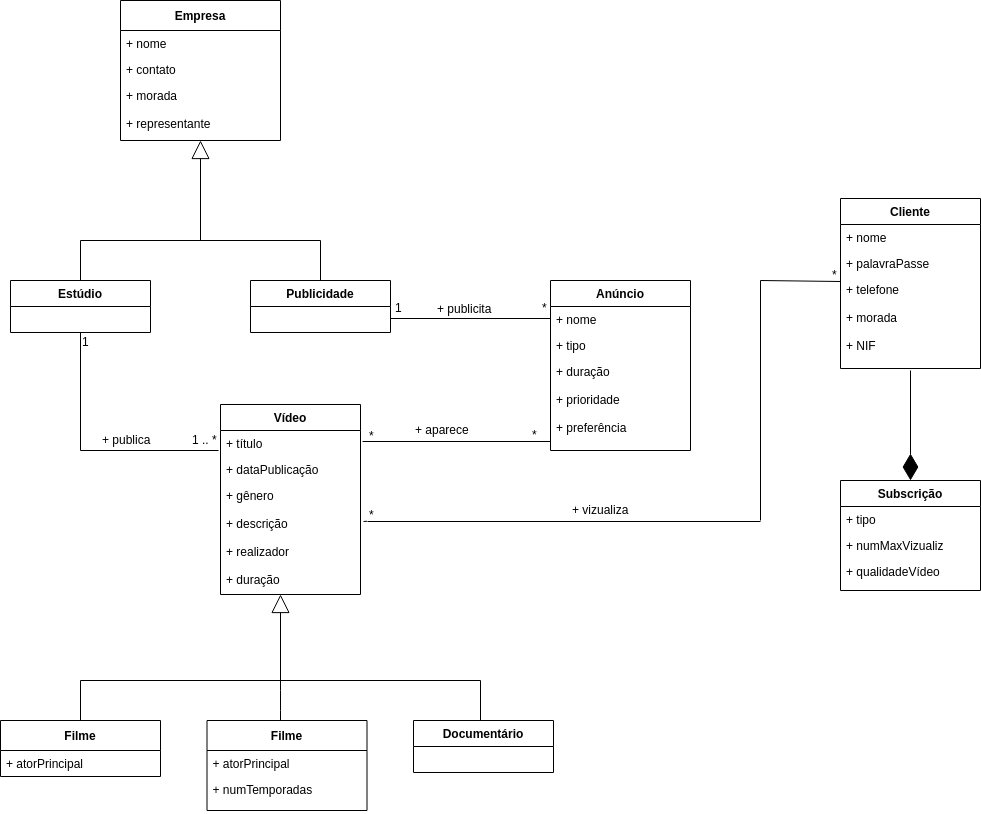
This is projetoPrimeiraParte/UML.png from claudiaidcm/FEUP_BDAD-proj, a draw.io export, as it was before one commit. Source tidied: cells renumbered, new cells last; positions are measured from the earlier drawing's top-left corner, leaving out a move shared by most shapes.
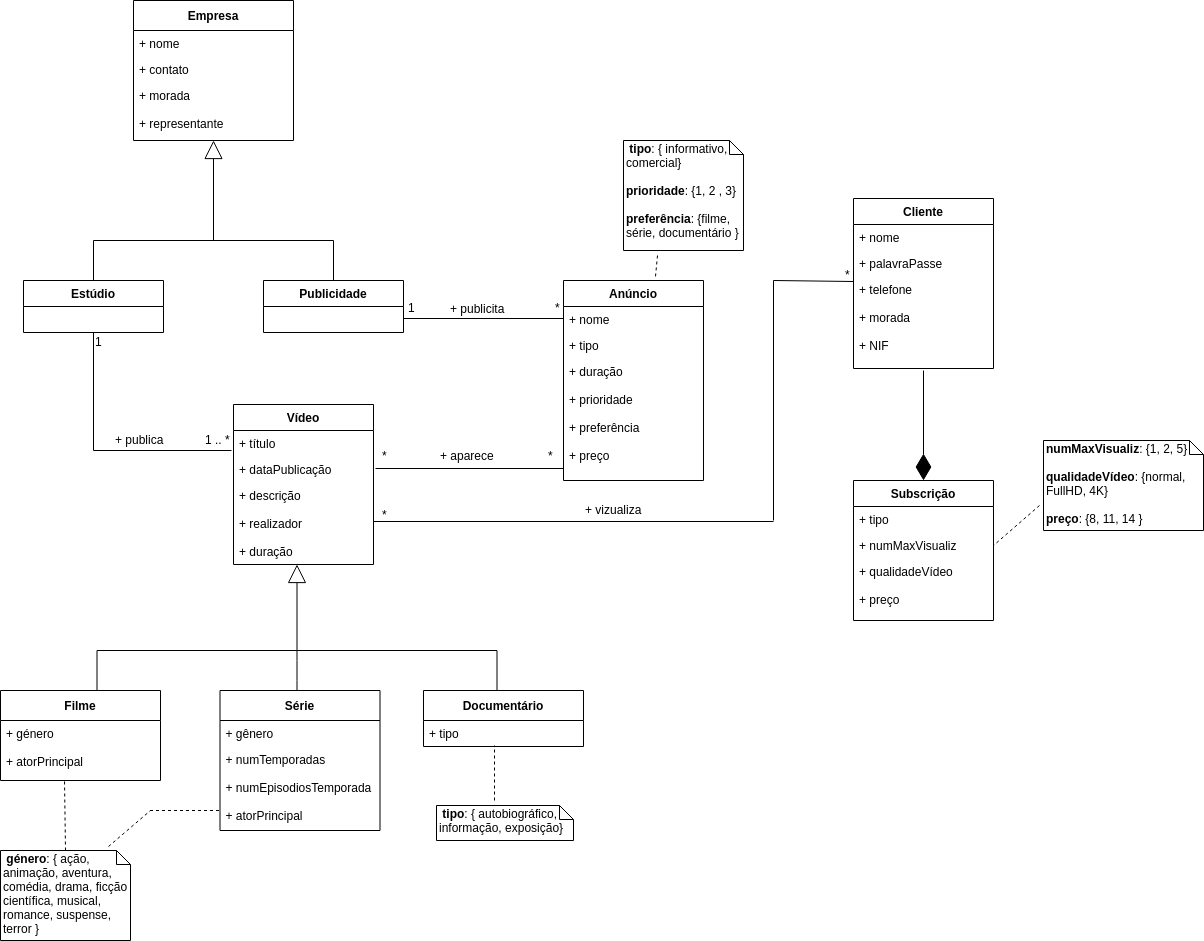
Above is the later version.

Change to the diagram source:
```diff
@@ -52,7 +52,7 @@
       <mxGeometry x="435" y="299" width="70" height="20" as="geometry" />
     </mxCell>
     <mxCell id="15" value="Anúncio" style="swimlane;fontStyle=1;horizontal=1;startSize=26;fillColor=none;" parent="1" vertex="1">
-      <mxGeometry x="550" y="280" width="140" height="170" as="geometry" />
+      <mxGeometry x="550" y="280" width="140" height="200" as="geometry" />
     </mxCell>
     <mxCell id="16" value="+ nome&#10;&#10;" style="text;strokeColor=none;fillColor=none;align=left;verticalAlign=top;spacingLeft=4;spacingRight=4;overflow=hidden;" parent="15" vertex="1">
       <mxGeometry y="26" width="140" height="26" as="geometry" />
@@ -60,8 +60,8 @@
     <mxCell id="17" value="+ tipo" style="text;strokeColor=none;fillColor=none;align=left;verticalAlign=top;spacingLeft=4;spacingRight=4;overflow=hidden;" parent="15" vertex="1">
       <mxGeometry y="52" width="140" height="26" as="geometry" />
     </mxCell>
-    <mxCell id="18" value="+ duração&#10;&#10;+ prioridade&#10;&#10;+ preferência&#10;" style="text;strokeColor=none;fillColor=none;align=left;verticalAlign=top;spacingLeft=4;spacingRight=4;overflow=hidden;points=[[0,0.5],[1,0.5]];portConstraint=eastwest;" parent="15" vertex="1">
-      <mxGeometry y="78" width="140" height="92" as="geometry" />
+    <mxCell id="18" value="+ duração&#10;&#10;+ prioridade&#10;&#10;+ preferência&#10;&#10;+ preço" style="text;strokeColor=none;fillColor=none;align=left;verticalAlign=top;spacingLeft=4;spacingRight=4;overflow=hidden;points=[[0,0.5],[1,0.5]];portConstraint=eastwest;" parent="15" vertex="1">
+      <mxGeometry y="78" width="140" height="122" as="geometry" />
     </mxCell>
     <mxCell id="19" value="1&lt;br&gt;&lt;br&gt;" style="text;html=1;align=left;verticalAlign=top;spacingTop=-4;" parent="1" vertex="1">
       <mxGeometry x="393" y="298" width="20" height="30" as="geometry" />
@@ -70,7 +70,7 @@
       <mxGeometry x="540" y="298" width="20" height="30" as="geometry" />
     </mxCell>
     <mxCell id="21" value="Vídeo" style="swimlane;fontStyle=1;horizontal=1;startSize=26;fillColor=none;" parent="1" vertex="1">
-      <mxGeometry x="220" y="404" width="140" height="190" as="geometry" />
+      <mxGeometry x="220" y="404" width="140" height="160" as="geometry" />
     </mxCell>
     <mxCell id="22" value="+ título" style="text;strokeColor=none;fillColor=none;align=left;verticalAlign=top;spacingLeft=4;spacingRight=4;overflow=hidden;points=[[0,0.5],[1,0.5]];portConstraint=eastwest;" parent="21" vertex="1">
       <mxGeometry y="26" width="140" height="26" as="geometry" />
@@ -78,8 +78,8 @@
     <mxCell id="23" value="+ dataPublicação" style="text;strokeColor=none;fillColor=none;align=left;verticalAlign=top;spacingLeft=4;spacingRight=4;overflow=hidden;" parent="21" vertex="1">
       <mxGeometry y="52" width="140" height="26" as="geometry" />
     </mxCell>
-    <mxCell id="24" value="+ gênero&#10;&#10;+ descrição&#10;&#10;+ realizador&#10;&#10;+ duração&#10;&#10;" style="text;strokeColor=none;fillColor=none;align=left;verticalAlign=top;spacingLeft=4;spacingRight=4;overflow=hidden;points=[[0,0.5],[1,0.5]];portConstraint=eastwest;" parent="21" vertex="1">
-      <mxGeometry y="78" width="140" height="112" as="geometry" />
+    <mxCell id="24" value="+ descrição&#10;&#10;+ realizador&#10;&#10;+ duração&#10;" style="text;strokeColor=none;fillColor=none;align=left;verticalAlign=top;spacingLeft=4;spacingRight=4;overflow=hidden;points=[[0,0.5],[1,0.5]];portConstraint=eastwest;fontStyle=0;" parent="21" vertex="1">
+      <mxGeometry y="78" width="140" height="82" as="geometry" />
     </mxCell>
     <mxCell id="25" style="endArrow=none;html=1;entryX=0.5;entryY=1;entryDx=0;entryDy=0;" parent="1" edge="1" target="8">
       <mxGeometry relative="1" as="geometry">
@@ -102,69 +102,66 @@
     </mxCell>
     <mxCell id="30" style="endArrow=none;html=1;entryX=0;entryY=0.902;entryDx=0;entryDy=0;entryPerimeter=0;" parent="1" edge="1" target="18">
       <mxGeometry relative="1" as="geometry">
-        <mxPoint x="362" y="441" as="sourcePoint" />
+        <mxPoint x="362" y="468" as="sourcePoint" />
       </mxGeometry>
     </mxCell>
     <mxCell id="31" value="*&lt;br&gt;&lt;br&gt;" style="text;html=1;align=left;verticalAlign=top;spacingTop=-4;" parent="1" vertex="1">
-      <mxGeometry x="366.5" y="426" width="20" height="30" as="geometry" />
+      <mxGeometry x="366.5" y="446" width="20" height="30" as="geometry" />
     </mxCell>
     <mxCell id="32" value="*&lt;br&gt;&lt;br&gt;" style="text;html=1;align=left;verticalAlign=top;spacingTop=-4;" parent="1" vertex="1">
-      <mxGeometry x="530" y="425" width="20" height="30" as="geometry" />
+      <mxGeometry x="533" y="446" width="20" height="30" as="geometry" />
     </mxCell>
     <mxCell id="33" value="+ aparece" style="text;html=1;align=left;verticalAlign=top;spacingTop=-4;" parent="1" vertex="1">
-      <mxGeometry x="413" y="420" width="70" height="20" as="geometry" />
+      <mxGeometry x="425" y="446" width="70" height="20" as="geometry" />
     </mxCell>
     <mxCell id="34" style="endArrow=block;endSize=16;endFill=0;html=1;" parent="1" edge="1">
       <mxGeometry x="0.1" y="74" relative="1" as="geometry">
-        <mxPoint x="280" y="680" as="sourcePoint" />
-        <mxPoint x="280" y="594" as="targetPoint" />
+        <mxPoint x="283.5" y="650" as="sourcePoint" />
+        <mxPoint x="283.5" y="564" as="targetPoint" />
       </mxGeometry>
     </mxCell>
     <mxCell id="35" style="endArrow=none;html=1;" parent="1" edge="1">
       <mxGeometry relative="1" as="geometry">
-        <mxPoint x="80" y="680" as="sourcePoint" />
-        <mxPoint x="480" y="680" as="targetPoint" />
+        <mxPoint x="83.5" y="650" as="sourcePoint" />
+        <mxPoint x="483.5" y="650" as="targetPoint" />
       </mxGeometry>
     </mxCell>
     <mxCell id="36" style="endArrow=none;html=1;exitX=0.5;exitY=0;exitDx=0;exitDy=0;" parent="1" edge="1">
       <mxGeometry relative="1" as="geometry">
-        <mxPoint x="280" y="720" as="sourcePoint" />
-        <mxPoint x="280" y="680" as="targetPoint" />
+        <mxPoint x="283.5" y="690" as="sourcePoint" />
+        <mxPoint x="283.5" y="650" as="targetPoint" />
         <Array as="points">
-          <mxPoint x="280" y="700" />
+          <mxPoint x="283.5" y="670" />
         </Array>
       </mxGeometry>
     </mxCell>
     <mxCell id="37" style="endArrow=none;html=1;exitX=0.5;exitY=0;exitDx=0;exitDy=0;" parent="1" edge="1">
       <mxGeometry relative="1" as="geometry">
-        <mxPoint x="480" y="720" as="sourcePoint" />
-        <mxPoint x="480" y="680" as="targetPoint" />
+        <mxPoint x="483.5" y="690" as="sourcePoint" />
+        <mxPoint x="483.5" y="650" as="targetPoint" />
       </mxGeometry>
     </mxCell>
     <mxCell id="38" style="endArrow=none;html=1;" parent="1" edge="1">
       <mxGeometry relative="1" as="geometry">
-        <mxPoint x="80" y="720" as="sourcePoint" />
-        <mxPoint x="80" y="680" as="targetPoint" />
+        <mxPoint x="83.5" y="690" as="sourcePoint" />
+        <mxPoint x="83.5" y="650" as="targetPoint" />
       </mxGeometry>
     </mxCell>
     <mxCell id="39" value="Filme" style="swimlane;fontStyle=1;horizontal=1;startSize=30;fillColor=none;" parent="1" vertex="1">
-      <mxGeometry y="720" width="160" height="56" as="geometry" />
+      <mxGeometry x="-13" y="690" width="160" height="90" as="geometry" />
     </mxCell>
-    <mxCell id="40" value="+ atorPrincipal" style="text;strokeColor=none;fillColor=none;align=left;verticalAlign=top;spacingLeft=4;spacingRight=4;overflow=hidden;points=[[0,0.5],[1,0.5]];portConstraint=eastwest;" parent="39" vertex="1">
-      <mxGeometry y="30" width="160" height="26" as="geometry" />
+    <mxCell id="40" value="+ género&#10;&#10;+ atorPrincipal&#10;&#10;" style="text;strokeColor=none;fillColor=none;align=left;verticalAlign=top;spacingLeft=4;spacingRight=4;overflow=hidden;points=[[0,0.5],[1,0.5]];portConstraint=eastwest;" parent="39" vertex="1">
+      <mxGeometry y="30" width="160" height="60" as="geometry" />
     </mxCell>
-    <mxCell id="41" value="Filme" style="swimlane;fontStyle=1;horizontal=1;startSize=30;fillColor=none;" parent="1" vertex="1">
-      <mxGeometry x="206.5" y="720" width="160" height="90" as="geometry" />
+    <mxCell id="41" value="Série" style="swimlane;fontStyle=1;horizontal=1;startSize=30;fillColor=none;" parent="1" vertex="1">
+      <mxGeometry x="206.5" y="690" width="160" height="140" as="geometry" />
     </mxCell>
-    <mxCell id="42" value="+ atorPrincipal" style="text;strokeColor=none;fillColor=none;align=left;verticalAlign=top;spacingLeft=4;spacingRight=4;overflow=hidden;" parent="41" vertex="1">
+    <mxCell id="42" value="+ gênero" style="text;strokeColor=none;fillColor=none;align=left;verticalAlign=top;spacingLeft=4;spacingRight=4;overflow=hidden;" parent="41" vertex="1">
       <mxGeometry y="30" width="160" height="26" as="geometry" />
     </mxCell>
-    <mxCell id="43" value="+ numTemporadas&#10;" style="text;strokeColor=none;fillColor=none;align=left;verticalAlign=top;spacingLeft=4;spacingRight=4;overflow=hidden;" parent="41" vertex="1">
-      <mxGeometry y="56" width="160" height="34" as="geometry" />
+    <mxCell id="43" value="+ numTemporadas&#10;&#10;+ numEpisodiosTemporada&#10;&#10;+ atorPrincipal&#10;" style="text;strokeColor=none;fillColor=none;align=left;verticalAlign=top;spacingLeft=4;spacingRight=4;overflow=hidden;" parent="41" vertex="1">
+      <mxGeometry y="56" width="160" height="84" as="geometry" />
     </mxCell>
-    <mxCell id="44" value="Documentário" style="swimlane;fontStyle=1;horizontal=1;startSize=26;fillColor=none;" parent="1" vertex="1">
-      <mxGeometry x="413" y="720" width="140" height="52" as="geometry" />
-    </mxCell>
     <mxCell id="45" value="Cliente" style="swimlane;fontStyle=1;horizontal=1;startSize=26;fillColor=none;" parent="1" vertex="1">
       <mxGeometry x="840" y="198" width="140" height="170" as="geometry" />
     </mxCell>
@@ -184,18 +181,18 @@
       </mxGeometry>
     </mxCell>
     <mxCell id="50" value="Subscrição" style="swimlane;fontStyle=1;horizontal=1;startSize=26;fillColor=none;" parent="1" vertex="1">
-      <mxGeometry x="840" y="480" width="140" height="110" as="geometry" />
+      <mxGeometry x="840" y="480" width="140" height="140" as="geometry" />
     </mxCell>
     <mxCell id="51" value="+ tipo&#10;" style="text;strokeColor=none;fillColor=none;align=left;verticalAlign=top;spacingLeft=4;spacingRight=4;overflow=hidden;" parent="50" vertex="1">
       <mxGeometry y="26" width="140" height="26" as="geometry" />
     </mxCell>
-    <mxCell id="52" value="+ numMaxVizualiz" style="text;strokeColor=none;fillColor=none;align=left;verticalAlign=top;spacingLeft=4;spacingRight=4;overflow=hidden;points=[[0,0.5],[1,0.5]];portConstraint=eastwest;" parent="50" vertex="1">
+    <mxCell id="52" value="+ numMaxVisualiz" style="text;strokeColor=none;fillColor=none;align=left;verticalAlign=top;spacingLeft=4;spacingRight=4;overflow=hidden;points=[[0,0.5],[1,0.5]];portConstraint=eastwest;" parent="50" vertex="1">
       <mxGeometry y="52" width="140" height="26" as="geometry" />
     </mxCell>
-    <mxCell id="53" value="+ qualidadeVídeo&#10;" style="text;strokeColor=none;fillColor=none;align=left;verticalAlign=top;spacingLeft=4;spacingRight=4;overflow=hidden;" parent="50" vertex="1">
-      <mxGeometry y="78" width="140" height="32" as="geometry" />
+    <mxCell id="53" value="+ qualidadeVídeo&#10;&#10;+ preço" style="text;strokeColor=none;fillColor=none;align=left;verticalAlign=top;spacingLeft=4;spacingRight=4;overflow=hidden;" parent="50" vertex="1">
+      <mxGeometry y="78" width="140" height="62" as="geometry" />
     </mxCell>
-    <mxCell id="54" style="endArrow=none;html=1;exitX=0;exitY=0.533;exitDx=0;exitDy=0;exitPerimeter=0;" parent="1" edge="1" source="57">
+    <mxCell id="54" style="endArrow=none;html=1;exitX=1;exitY=0.476;exitDx=0;exitDy=0;exitPerimeter=0;" parent="1" edge="1" source="24">
       <mxGeometry relative="1" as="geometry">
         <mxPoint x="760" y="521" as="targetPoint" />
       </mxGeometry>
@@ -212,9 +209,6 @@
     <mxCell id="57" value="*&lt;br&gt;&lt;br&gt;" style="text;html=1;points=[];align=left;verticalAlign=top;spacingTop=-4;" parent="1" vertex="1">
       <mxGeometry x="366.5" y="505" width="20" height="30" as="geometry" />
     </mxCell>
-    <mxCell id="58" style="endArrow=none;html=1;exitX=1.021;exitY=0.348;exitDx=0;exitDy=0;exitPerimeter=0;" parent="1" edge="1" source="24" target="57">
-      <mxGeometry relative="1" as="geometry" />
-    </mxCell>
     <mxCell id="59" style="endArrow=none;html=1;" parent="1" edge="1">
       <mxGeometry relative="1" as="geometry">
         <mxPoint x="760" y="280" as="sourcePoint" />
@@ -224,5 +218,50 @@
     <mxCell id="60" value="*&lt;br&gt;&lt;br&gt;" style="text;html=1;align=left;verticalAlign=top;spacingTop=-4;" parent="1" vertex="1">
       <mxGeometry x="830" y="265" width="20" height="30" as="geometry" />
     </mxCell>
+    <mxCell id="44" value="Documentário" style="swimlane;fontStyle=1;horizontal=1;startSize=30;fillColor=none;" parent="1" vertex="1">
+      <mxGeometry x="410" y="690" width="160" height="56" as="geometry" />
+    </mxCell>
+    <mxCell id="61" value="+ tipo" style="text;strokeColor=none;fillColor=none;align=left;verticalAlign=top;spacingLeft=4;spacingRight=4;overflow=hidden;points=[[0,0.5],[1,0.5]];portConstraint=eastwest;" parent="44" vertex="1">
+      <mxGeometry y="30" width="160" height="26" as="geometry" />
+    </mxCell>
+    <mxCell id="62" style="endArrow=none;dashed=1;html=1;" parent="1" edge="1">
+      <mxGeometry relative="1" as="geometry">
+        <mxPoint x="136.5" y="810" as="sourcePoint" />
+        <mxPoint x="206.5" y="810" as="targetPoint" />
+      </mxGeometry>
+    </mxCell>
+    <mxCell id="63" value="&amp;nbsp;&lt;b&gt;género&lt;/b&gt;: { ação, animação, aventura, comédia, drama, ficção científica, musical, romance, suspense, terror }" style="shape=note;whiteSpace=wrap;html=1;size=14;verticalAlign=top;align=left;spacingTop=-6;" parent="1" vertex="1">
+      <mxGeometry x="-13" y="850" width="130" height="90" as="geometry" />
+    </mxCell>
+    <mxCell id="64" style="endArrow=none;dashed=1;html=1;exitX=0.831;exitY=-0.044;exitDx=0;exitDy=0;exitPerimeter=0;" parent="1" edge="1" source="63">
+      <mxGeometry relative="1" as="geometry">
+        <mxPoint x="137" y="810" as="targetPoint" />
+      </mxGeometry>
+    </mxCell>
+    <mxCell id="65" style="endArrow=none;dashed=1;html=1;exitX=0.5;exitY=0;exitDx=0;exitDy=0;exitPerimeter=0;entryX=0.4;entryY=0.983;entryDx=0;entryDy=0;entryPerimeter=0;" parent="1" edge="1" source="63" target="40">
+      <mxGeometry relative="1" as="geometry" />
+    </mxCell>
+    <mxCell id="66" value="&amp;nbsp;&lt;b&gt;tipo&lt;/b&gt;: { autobiográfico,&amp;nbsp; informação, exposição}" style="shape=note;whiteSpace=wrap;html=1;size=14;verticalAlign=top;align=left;spacingTop=-6;" parent="1" vertex="1">
+      <mxGeometry x="423" y="805" width="137" height="35" as="geometry" />
+    </mxCell>
+    <mxCell id="67" style="endArrow=none;dashed=1;html=1;entryX=0.444;entryY=0.962;entryDx=0;entryDy=0;entryPerimeter=0;" parent="1" edge="1" target="61">
+      <mxGeometry relative="1" as="geometry">
+        <mxPoint x="481" y="800" as="sourcePoint" />
+      </mxGeometry>
+    </mxCell>
+    <mxCell id="68" value="&amp;nbsp;&lt;b&gt;tipo&lt;/b&gt;: { informativo, comercial}&lt;br&gt;&lt;br&gt;&lt;b&gt;prioridade&lt;/b&gt;: {1, 2 , 3}&lt;br&gt;&lt;br&gt;&lt;b&gt;preferência&lt;/b&gt;: {filme, série, documentário }&lt;br&gt;" style="shape=note;whiteSpace=wrap;html=1;size=14;verticalAlign=top;align=left;spacingTop=-6;" parent="1" vertex="1">
+      <mxGeometry x="610" y="140" width="120" height="110" as="geometry" />
+    </mxCell>
+    <mxCell id="69" style="endArrow=none;dashed=1;html=1;exitX=0.283;exitY=1.046;exitDx=0;exitDy=0;exitPerimeter=0;" parent="1" edge="1" source="68">
+      <mxGeometry relative="1" as="geometry">
+        <mxPoint x="642" y="276" as="targetPoint" />
+      </mxGeometry>
+    </mxCell>
+    <mxCell id="70" value="&lt;b&gt;numMaxVisualiz&lt;/b&gt;: {1, 2, 5}&lt;br&gt;&lt;br&gt;&lt;b&gt;qualidadeVídeo&lt;/b&gt;: {normal, FullHD, 4K}&lt;br&gt;&lt;br&gt;&lt;b&gt;preço&lt;/b&gt;: {8, 11, 14 }&lt;br&gt;" style="shape=note;whiteSpace=wrap;html=1;size=14;verticalAlign=top;align=left;spacingTop=-6;" parent="1" vertex="1">
+      <mxGeometry x="1030" y="440" width="160" height="90" as="geometry" />
+    </mxCell>
+    <mxCell id="71" style="endArrow=none;dashed=1;html=1;exitX=-0.025;exitY=0.727;exitDx=0;exitDy=0;exitPerimeter=0;entryX=1;entryY=0.5;entryDx=0;entryDy=0;" parent="1" edge="1" source="70" target="52">
+      <mxGeometry relative="1" as="geometry" />
+    </mxCell>
   </root>
 </mxGraphModel>
```
